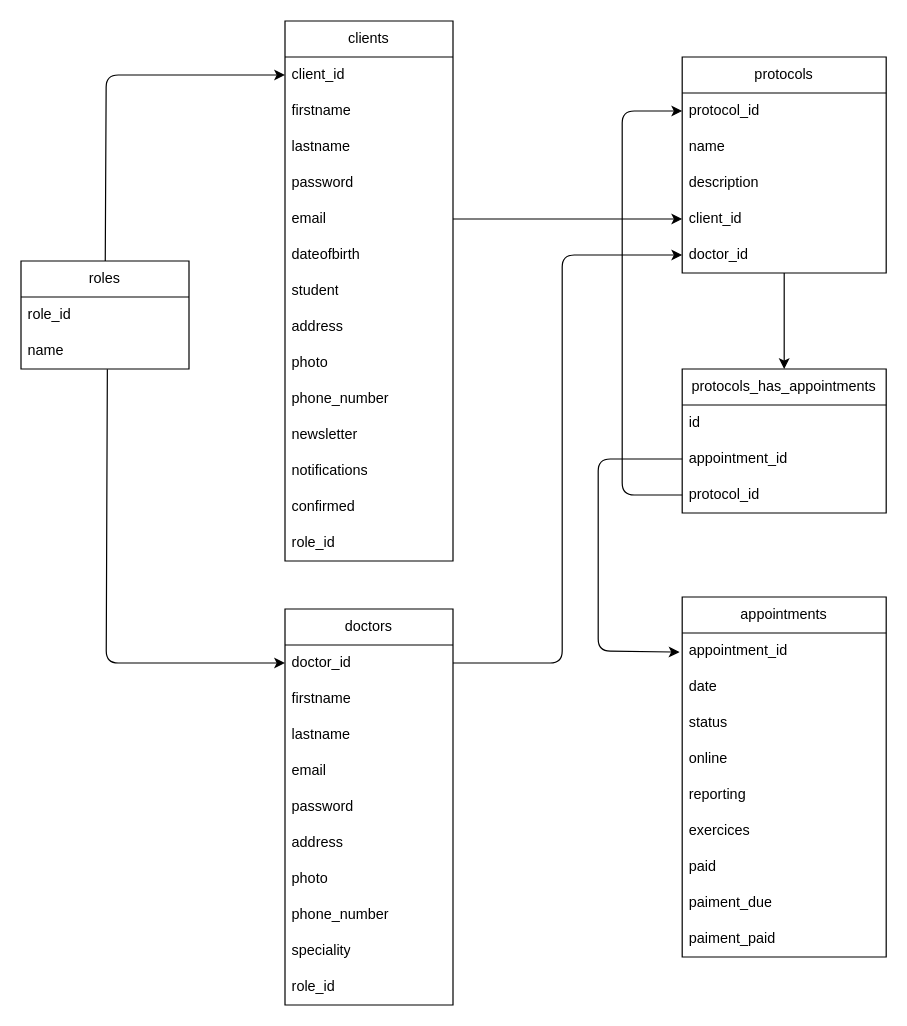
The draw.io diagram app/project_analysis/mld/mld.drawio in AlexSearha/KL-sophro-React-Back, before the edit. Source tidied: cells renumbered, new cells numbered last; positions are measured from the earlier drawing's top-left corner, leaving out a move shared by most shapes. Both pictures are drawn from the tidied source at 120%, with x=0, y=0 at pixel (20, 20).
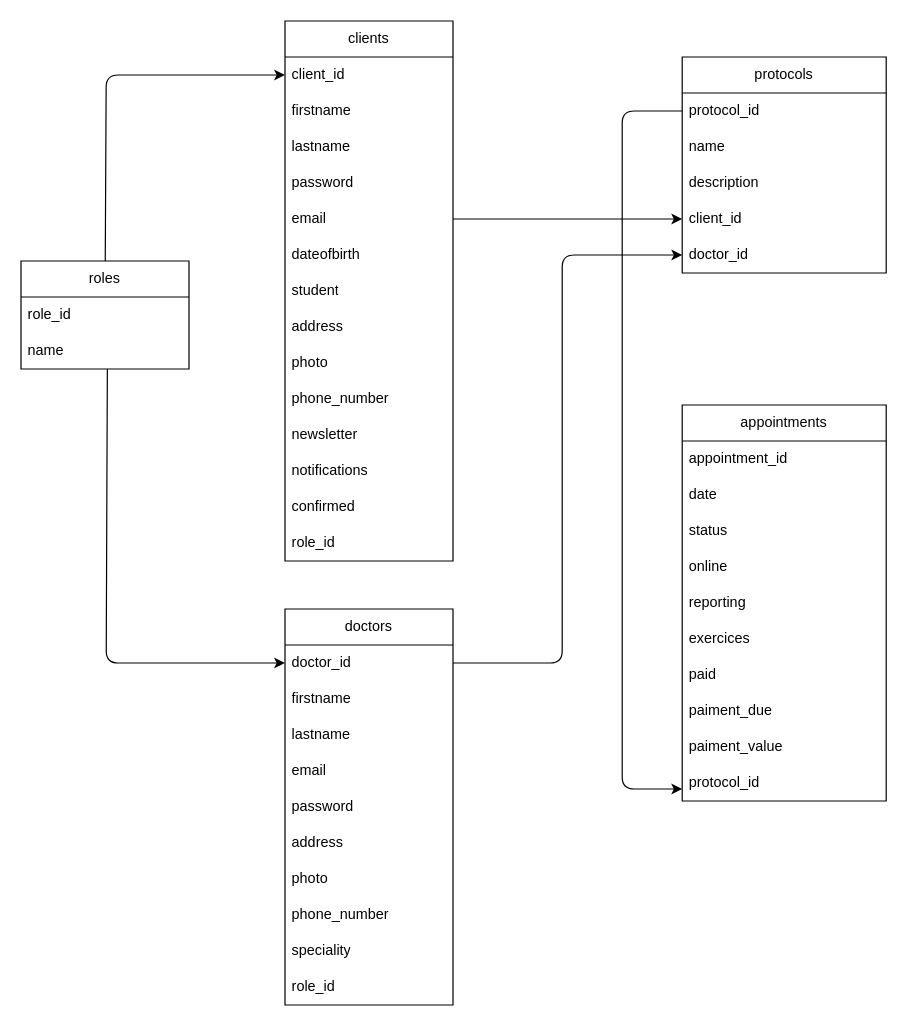
After the change.

The change refers to these unchanged cells:
```xml
<mxCell id="29" value="appointment_id" style="text;strokeColor=none;fillColor=none;align=left;verticalAlign=middle;spacingLeft=4;spacingRight=4;overflow=hidden;points=[[0,0.5],[1,0.5]];portConstraint=eastwest;whiteSpace=wrap;html=1;" parent="28" vertex="1">
  <mxGeometry y="30" width="170" height="30" as="geometry" />
</mxCell>
<mxCell id="42" value="protocols" style="swimlane;fontStyle=0;horizontal=1;startSize=30;whiteSpace=wrap;html=1;" parent="1" vertex="1">
  <mxGeometry x="551" y="30" width="170" height="180" as="geometry" />
</mxCell>
<mxCell id="43" value="protocol_id" style="text;strokeColor=none;fillColor=none;align=left;verticalAlign=middle;spacingLeft=4;spacingRight=4;overflow=hidden;points=[[0,0.5],[1,0.5]];portConstraint=eastwest;whiteSpace=wrap;html=1;" parent="42" vertex="1">
  <mxGeometry y="30" width="170" height="30" as="geometry" />
</mxCell>
```

What changed in the source:
```diff
@@
     <mxCell id="28" value="appointments" style="swimlane;fontStyle=0;horizontal=1;startSize=30;whiteSpace=wrap;html=1;" parent="1" vertex="1">
-      <mxGeometry x="551" y="480" width="170" height="300" as="geometry" />
+      <mxGeometry x="551" y="320" width="170" height="330" as="geometry" />
     </mxCell>
@@
-    <mxCell id="37" value="paiment_paid" style="text;strokeColor=none;fillColor=none;align=left;verticalAlign=middle;spacingLeft=4;spacingRight=4;overflow=hidden;whiteSpace=wrap;html=1;" parent="28" vertex="1">
+    <mxCell id="37" value="paiment_value" style="text;strokeColor=none;fillColor=none;align=left;verticalAlign=middle;spacingLeft=4;spacingRight=4;overflow=hidden;whiteSpace=wrap;html=1;" parent="28" vertex="1">
       <mxGeometry y="270" width="170" height="30" as="geometry" />
     </mxCell>
+    <mxCell id="51" value="protocol_id" style="text;strokeColor=none;fillColor=none;align=left;verticalAlign=middle;spacingLeft=4;spacingRight=4;overflow=hidden;points=[[0,0.5],[1,0.5]];portConstraint=eastwest;whiteSpace=wrap;html=1;" parent="28" vertex="1">
+      <mxGeometry y="300" width="170" height="30" as="geometry" />
+    </mxCell>
@@
-    <mxCell id="48" value="protocols_has_appointments" style="swimlane;fontStyle=0;horizontal=1;startSize=30;whiteSpace=wrap;html=1;" parent="1" vertex="1">
-      <mxGeometry x="551" y="290" width="170" height="120" as="geometry" />
-    </mxCell>
-    <mxCell id="49" value="id" style="text;strokeColor=none;fillColor=none;align=left;verticalAlign=middle;spacingLeft=4;spacingRight=4;overflow=hidden;whiteSpace=wrap;html=1;" parent="48" vertex="1">
-      <mxGeometry y="30" width="170" height="30" as="geometry" />
-    </mxCell>
-    <mxCell id="50" value="appointment_id" style="text;strokeColor=none;fillColor=none;align=left;verticalAlign=middle;spacingLeft=4;spacingRight=4;overflow=hidden;points=[[0,0.5],[1,0.5]];portConstraint=eastwest;whiteSpace=wrap;html=1;" parent="48" vertex="1">
-      <mxGeometry y="60" width="170" height="30" as="geometry" />
-    </mxCell>
-    <mxCell id="51" value="protocol_id" style="text;strokeColor=none;fillColor=none;align=left;verticalAlign=middle;spacingLeft=4;spacingRight=4;overflow=hidden;points=[[0,0.5],[1,0.5]];portConstraint=eastwest;whiteSpace=wrap;html=1;" parent="48" vertex="1">
-      <mxGeometry y="90" width="170" height="30" as="geometry" />
-    </mxCell>
@@
-    <mxCell id="54" style="edgeStyle=none;html=1;entryX=0.5;entryY=0;entryDx=0;entryDy=0;" parent="1" edge="1" target="48">
-      <mxGeometry relative="1" as="geometry">
-        <mxPoint x="636" y="210" as="sourcePoint" />
-      </mxGeometry>
-    </mxCell>
@@
-    <mxCell id="56" style="edgeStyle=none;html=1;entryX=-0.013;entryY=0.531;entryDx=0;entryDy=0;entryPerimeter=0;" parent="1" edge="1" source="50" target="29">
-      <mxGeometry relative="1" as="geometry">
-        <Array as="points">
-          <mxPoint x="481" y="365" />
-          <mxPoint x="481" y="525" />
-        </Array>
-      </mxGeometry>
-    </mxCell>
-    <mxCell id="57" style="edgeStyle=none;html=1;entryX=0;entryY=0.25;entryDx=0;entryDy=0;" parent="1" edge="1" source="51" target="42">
-      <mxGeometry relative="1" as="geometry">
-        <Array as="points">
-          <mxPoint x="501" y="395" />
-          <mxPoint x="501" y="75" />
-        </Array>
-      </mxGeometry>
-    </mxCell>
+    <mxCell id="58" style="edgeStyle=none;html=1;entryX=0;entryY=0.667;entryDx=0;entryDy=0;entryPerimeter=0;" parent="1" edge="1" source="43" target="51">
+      <mxGeometry relative="1" as="geometry">
+        <Array as="points">
+          <mxPoint x="501" y="75" />
+          <mxPoint x="501" y="640" />
+        </Array>
+      </mxGeometry>
+    </mxCell>
```
